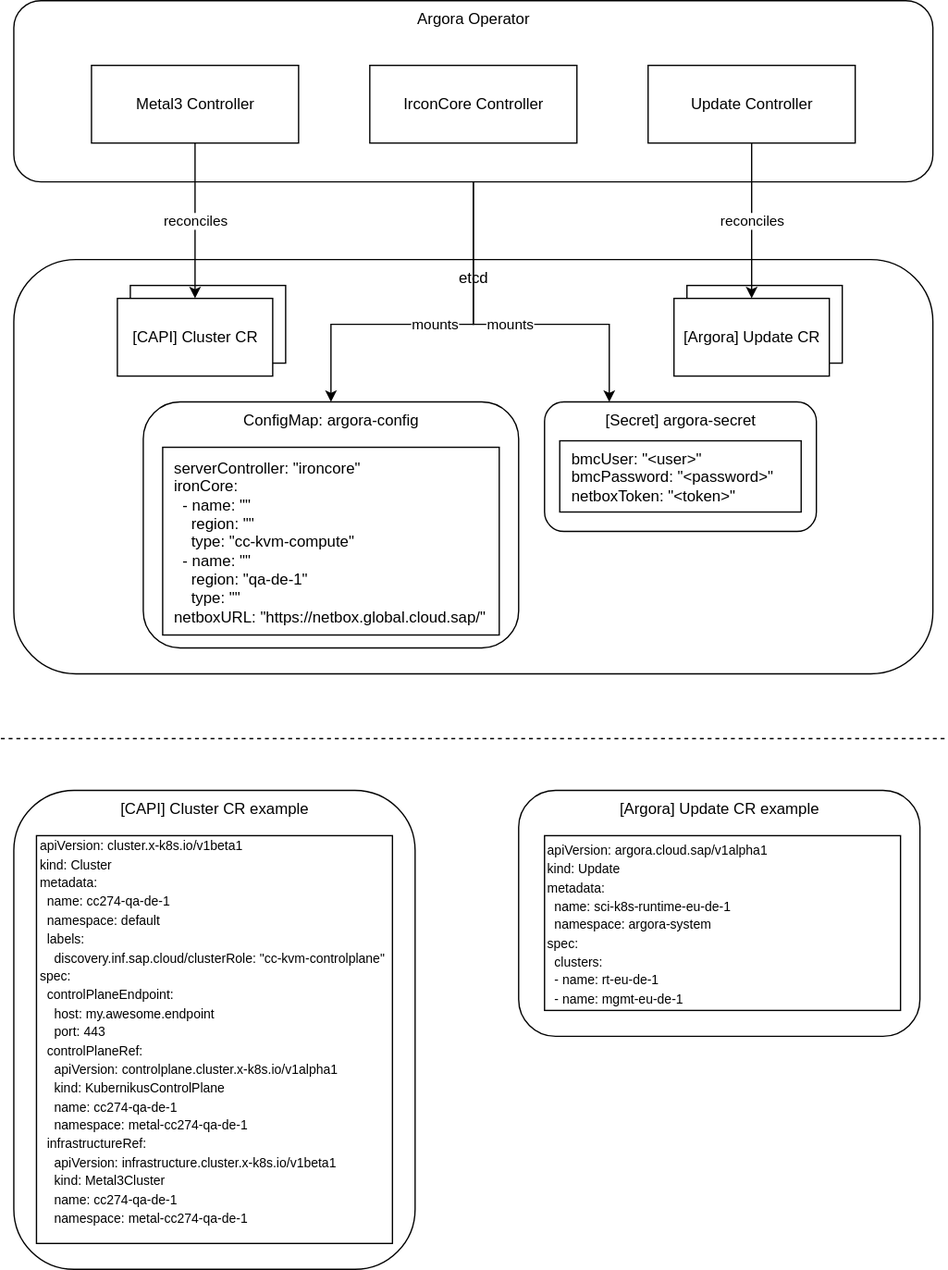
The draw.io diagram docs/architecture/argora.svg in sapcc/argora, before a commit. Source tidied: cells renumbered, new cells last; positions are measured from the earlier drawing's top-left corner, leaving out a move shared by most shapes.
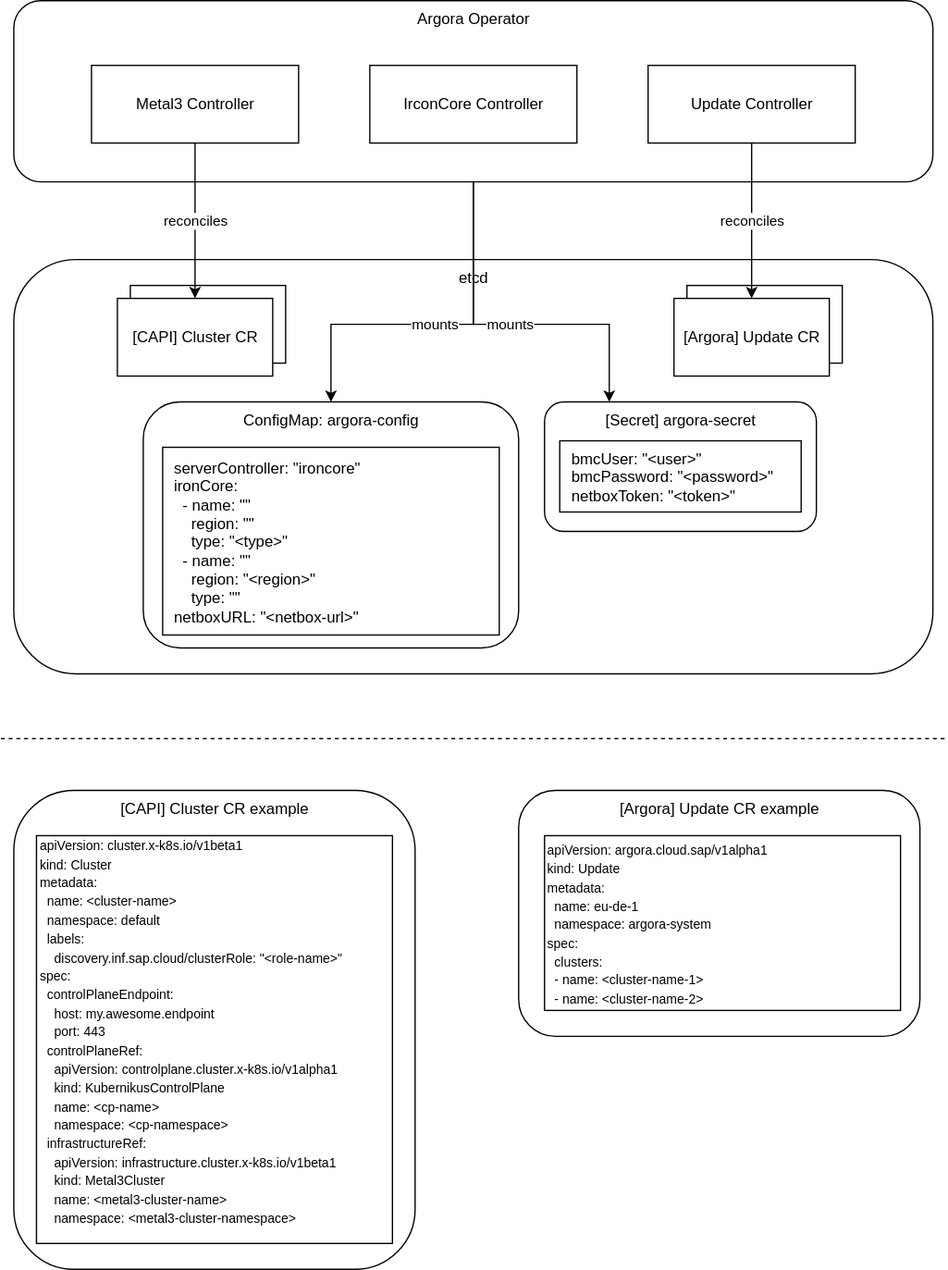
The same diagram one commit later.

Commit message:
Update svg image with more general names

The edit, as a diff of the source:
```diff
@@ -37,7 +37,7 @@
     <mxCell id="11" value="reconciles" style="edgeStyle=orthogonalEdgeStyle;rounded=0;jettySize=auto;html=1;exitX=0.5;exitY=1;exitDx=0;exitDy=0;entryX=0.5;entryY=0;entryDx=0;entryDy=0;" parent="1" edge="1" source="5" target="9">
       <mxGeometry relative="1" as="geometry" />
     </mxCell>
-    <mxCell id="12" value="&lt;div&gt;&amp;nbsp; serverController: &quot;ironcore&quot;&lt;/div&gt;&lt;div&gt;&amp;nbsp; ironCore:&lt;/div&gt;&lt;div&gt;&amp;nbsp; &amp;nbsp; - name: &quot;&quot;&lt;/div&gt;&lt;div&gt;&amp;nbsp; &amp;nbsp; &amp;nbsp; region: &quot;&quot;&lt;/div&gt;&lt;div&gt;&amp;nbsp; &amp;nbsp; &amp;nbsp; type: &quot;cc-kvm-compute&quot;&lt;/div&gt;&lt;div&gt;&amp;nbsp; &amp;nbsp; - name: &quot;&quot;&lt;/div&gt;&lt;div&gt;&amp;nbsp; &amp;nbsp; &amp;nbsp; region: &quot;qa-de-1&quot;&lt;/div&gt;&lt;div&gt;&amp;nbsp; &amp;nbsp; &amp;nbsp; type: &quot;&quot;&lt;/div&gt;&lt;div style=&quot;&quot;&gt;&amp;nbsp; netboxURL: &quot;https://netbox.global.cloud.sap/&quot;&lt;/div&gt;" style="rounded=0;whiteSpace=wrap;html=1;align=left;" parent="1" vertex="1">
+    <mxCell id="12" value="&lt;div&gt;&amp;nbsp; serverController: &quot;ironcore&quot;&lt;/div&gt;&lt;div&gt;&amp;nbsp; ironCore:&lt;/div&gt;&lt;div&gt;&amp;nbsp; &amp;nbsp; - name: &quot;&quot;&lt;/div&gt;&lt;div&gt;&amp;nbsp; &amp;nbsp; &amp;nbsp; region: &quot;&quot;&lt;/div&gt;&lt;div&gt;&amp;nbsp; &amp;nbsp; &amp;nbsp; type: &quot;&amp;lt;type&amp;gt;&quot;&lt;/div&gt;&lt;div&gt;&amp;nbsp; &amp;nbsp; - name: &quot;&quot;&lt;/div&gt;&lt;div&gt;&amp;nbsp; &amp;nbsp; &amp;nbsp; region: &quot;&amp;lt;region&amp;gt;&quot;&lt;/div&gt;&lt;div&gt;&amp;nbsp; &amp;nbsp; &amp;nbsp; type: &quot;&quot;&lt;/div&gt;&lt;div style=&quot;&quot;&gt;&amp;nbsp; netboxURL: &quot;&amp;lt;netbox-url&amp;gt;&quot;&lt;/div&gt;" style="rounded=0;whiteSpace=wrap;html=1;align=left;" parent="1" vertex="1">
       <mxGeometry x="125" y="345" width="260" height="145" as="geometry" />
     </mxCell>
     <mxCell id="13" style="rounded=0;whiteSpace=wrap;html=1;" parent="1" vertex="1">
@@ -75,13 +75,13 @@
     <mxCell id="21" value="[CAPI] Cluster CR example" style="rounded=1;whiteSpace=wrap;html=1;verticalAlign=top;" parent="1" vertex="1">
       <mxGeometry x="10" y="610" width="310" height="370" as="geometry" />
     </mxCell>
-    <mxCell id="22" value="&lt;div&gt;&lt;font style=&quot;font-size: 10px;&quot;&gt;apiVersion: cluster.x-k8s.io/v1beta1&lt;/font&gt;&lt;/div&gt;&lt;div&gt;&lt;font style=&quot;font-size: 10px;&quot;&gt;kind: Cluster&lt;/font&gt;&lt;/div&gt;&lt;div&gt;&lt;font style=&quot;font-size: 10px;&quot;&gt;metadata:&lt;/font&gt;&lt;/div&gt;&lt;div&gt;&lt;font style=&quot;font-size: 10px;&quot;&gt;&amp;nbsp; name: cc274-qa-de-1&lt;/font&gt;&lt;/div&gt;&lt;div&gt;&lt;font style=&quot;font-size: 10px;&quot;&gt;&amp;nbsp; namespace: default&lt;/font&gt;&lt;/div&gt;&lt;div&gt;&lt;font style=&quot;font-size: 10px;&quot;&gt;&amp;nbsp; labels:&lt;/font&gt;&lt;/div&gt;&lt;div&gt;&lt;font style=&quot;font-size: 10px;&quot;&gt;&amp;nbsp; &amp;nbsp; discovery.inf.sap.cloud/clusterRole: &quot;cc-kvm-controlplane&quot;&lt;/font&gt;&lt;/div&gt;&lt;div&gt;&lt;font style=&quot;font-size: 10px;&quot;&gt;spec:&lt;/font&gt;&lt;/div&gt;&lt;div&gt;&lt;font style=&quot;font-size: 10px;&quot;&gt;&amp;nbsp; controlPlaneEndpoint:&lt;/font&gt;&lt;/div&gt;&lt;div&gt;&lt;font style=&quot;font-size: 10px;&quot;&gt;&amp;nbsp; &amp;nbsp; host: my.awesome.endpoint&lt;/font&gt;&lt;/div&gt;&lt;div&gt;&lt;font style=&quot;font-size: 10px;&quot;&gt;&amp;nbsp; &amp;nbsp; port: 443&lt;/font&gt;&lt;/div&gt;&lt;div&gt;&lt;font style=&quot;font-size: 10px;&quot;&gt;&amp;nbsp; controlPlaneRef:&lt;/font&gt;&lt;/div&gt;&lt;div&gt;&lt;font style=&quot;font-size: 10px;&quot;&gt;&amp;nbsp; &amp;nbsp; apiVersion: controlplane.cluster.x-k8s.io/v1alpha1&lt;/font&gt;&lt;/div&gt;&lt;div&gt;&lt;font style=&quot;font-size: 10px;&quot;&gt;&amp;nbsp; &amp;nbsp; kind: KubernikusControlPlane&lt;/font&gt;&lt;/div&gt;&lt;div&gt;&lt;font style=&quot;font-size: 10px;&quot;&gt;&amp;nbsp; &amp;nbsp; name: cc274-qa-de-1&lt;/font&gt;&lt;/div&gt;&lt;div&gt;&lt;font style=&quot;font-size: 10px;&quot;&gt;&amp;nbsp; &amp;nbsp; namespace: metal-cc274-qa-de-1&lt;/font&gt;&lt;/div&gt;&lt;div&gt;&lt;font style=&quot;font-size: 10px;&quot;&gt;&amp;nbsp; infrastructureRef:&lt;/font&gt;&lt;/div&gt;&lt;div&gt;&lt;font style=&quot;font-size: 10px;&quot;&gt;&amp;nbsp; &amp;nbsp; apiVersion: infrastructure.cluster.x-k8s.io/v1beta1&lt;/font&gt;&lt;/div&gt;&lt;div&gt;&lt;font style=&quot;font-size: 10px;&quot;&gt;&amp;nbsp; &amp;nbsp; kind: Metal3Cluster&lt;/font&gt;&lt;/div&gt;&lt;div&gt;&lt;font style=&quot;font-size: 10px;&quot;&gt;&amp;nbsp; &amp;nbsp; name: cc274-qa-de-1&lt;/font&gt;&lt;/div&gt;&lt;div&gt;&lt;font style=&quot;font-size: 10px;&quot;&gt;&amp;nbsp; &amp;nbsp; namespace: metal-cc274-qa-de-1&lt;/font&gt;&lt;/div&gt;&lt;div&gt;&lt;br&gt;&lt;/div&gt;" style="rounded=0;whiteSpace=wrap;html=1;align=left;" parent="1" vertex="1">
+    <mxCell id="22" value="&lt;div&gt;&lt;font style=&quot;font-size: 10px;&quot;&gt;apiVersion: cluster.x-k8s.io/v1beta1&lt;/font&gt;&lt;/div&gt;&lt;div&gt;&lt;font style=&quot;font-size: 10px;&quot;&gt;kind: Cluster&lt;/font&gt;&lt;/div&gt;&lt;div&gt;&lt;font style=&quot;font-size: 10px;&quot;&gt;metadata:&lt;/font&gt;&lt;/div&gt;&lt;div&gt;&lt;font style=&quot;font-size: 10px;&quot;&gt;&amp;nbsp; name: &amp;lt;cluster-name&amp;gt;&lt;/font&gt;&lt;/div&gt;&lt;div&gt;&lt;font style=&quot;font-size: 10px;&quot;&gt;&amp;nbsp; namespace: default&lt;/font&gt;&lt;/div&gt;&lt;div&gt;&lt;font style=&quot;font-size: 10px;&quot;&gt;&amp;nbsp; labels:&lt;/font&gt;&lt;/div&gt;&lt;div&gt;&lt;font style=&quot;font-size: 10px;&quot;&gt;&amp;nbsp; &amp;nbsp; discovery.inf.sap.cloud/clusterRole: &quot;&amp;lt;role-name&amp;gt;&quot;&lt;/font&gt;&lt;/div&gt;&lt;div&gt;&lt;font style=&quot;font-size: 10px;&quot;&gt;spec:&lt;/font&gt;&lt;/div&gt;&lt;div&gt;&lt;font style=&quot;font-size: 10px;&quot;&gt;&amp;nbsp; controlPlaneEndpoint:&lt;/font&gt;&lt;/div&gt;&lt;div&gt;&lt;font style=&quot;font-size: 10px;&quot;&gt;&amp;nbsp; &amp;nbsp; host: my.awesome.endpoint&lt;/font&gt;&lt;/div&gt;&lt;div&gt;&lt;font style=&quot;font-size: 10px;&quot;&gt;&amp;nbsp; &amp;nbsp; port: 443&lt;/font&gt;&lt;/div&gt;&lt;div&gt;&lt;font style=&quot;font-size: 10px;&quot;&gt;&amp;nbsp; controlPlaneRef:&lt;/font&gt;&lt;/div&gt;&lt;div&gt;&lt;font style=&quot;font-size: 10px;&quot;&gt;&amp;nbsp; &amp;nbsp; apiVersion: controlplane.cluster.x-k8s.io/v1alpha1&lt;/font&gt;&lt;/div&gt;&lt;div&gt;&lt;font style=&quot;font-size: 10px;&quot;&gt;&amp;nbsp; &amp;nbsp; kind: KubernikusControlPlane&lt;/font&gt;&lt;/div&gt;&lt;div&gt;&lt;font style=&quot;font-size: 10px;&quot;&gt;&amp;nbsp; &amp;nbsp; name: &amp;lt;cp-name&amp;gt;&lt;/font&gt;&lt;/div&gt;&lt;div&gt;&lt;font style=&quot;font-size: 10px;&quot;&gt;&amp;nbsp; &amp;nbsp; namespace: &amp;lt;cp-namespace&amp;gt;&lt;/font&gt;&lt;/div&gt;&lt;div&gt;&lt;font style=&quot;font-size: 10px;&quot;&gt;&amp;nbsp; infrastructureRef:&lt;/font&gt;&lt;/div&gt;&lt;div&gt;&lt;font style=&quot;font-size: 10px;&quot;&gt;&amp;nbsp; &amp;nbsp; apiVersion: infrastructure.cluster.x-k8s.io/v1beta1&lt;/font&gt;&lt;/div&gt;&lt;div&gt;&lt;font style=&quot;font-size: 10px;&quot;&gt;&amp;nbsp; &amp;nbsp; kind: Metal3Cluster&lt;/font&gt;&lt;/div&gt;&lt;div&gt;&lt;font style=&quot;font-size: 10px;&quot;&gt;&amp;nbsp; &amp;nbsp; name: &amp;lt;metal3-cluster-name&amp;gt;&lt;/font&gt;&lt;/div&gt;&lt;div&gt;&lt;span style=&quot;font-size: 10px; background-color: transparent; color: light-dark(rgb(0, 0, 0), rgb(255, 255, 255));&quot;&gt;&amp;nbsp; &amp;nbsp; namespace: &amp;lt;metal3-cluster-namespace&amp;gt;&lt;/span&gt;&lt;/div&gt;&lt;div&gt;&lt;br&gt;&lt;/div&gt;" style="rounded=0;whiteSpace=wrap;html=1;align=left;" parent="1" vertex="1">
       <mxGeometry x="27.5" y="645" width="275" height="315" as="geometry" />
     </mxCell>
     <mxCell id="23" value="[Argora] Update CR example" style="rounded=1;whiteSpace=wrap;html=1;verticalAlign=top;" parent="1" vertex="1">
       <mxGeometry x="400" y="610" width="310" height="190" as="geometry" />
     </mxCell>
-    <mxCell id="24" value="&lt;div&gt;&lt;span style=&quot;font-size: 10px;&quot;&gt;apiVersion: argora.cloud.sap/v1alpha1&lt;/span&gt;&lt;/div&gt;&lt;div&gt;&lt;span style=&quot;font-size: 10px;&quot;&gt;kind: Update&lt;/span&gt;&lt;/div&gt;&lt;div&gt;&lt;span style=&quot;font-size: 10px;&quot;&gt;metadata:&lt;/span&gt;&lt;/div&gt;&lt;div&gt;&lt;span style=&quot;font-size: 10px; background-color: transparent; color: light-dark(rgb(0, 0, 0), rgb(255, 255, 255));&quot;&gt;&amp;nbsp; name: sci-k8s-runtime-eu-de-1&lt;/span&gt;&lt;/div&gt;&lt;div&gt;&lt;span style=&quot;font-size: 10px;&quot;&gt;&amp;nbsp; namespace: argora-system&lt;/span&gt;&lt;/div&gt;&lt;div&gt;&lt;span style=&quot;font-size: 10px; background-color: transparent; color: light-dark(rgb(0, 0, 0), rgb(255, 255, 255));&quot;&gt;spec:&lt;/span&gt;&lt;/div&gt;&lt;div&gt;&lt;span style=&quot;font-size: 10px;&quot;&gt;&amp;nbsp; clusters:&lt;/span&gt;&lt;/div&gt;&lt;div&gt;&lt;span style=&quot;font-size: 10px;&quot;&gt;&amp;nbsp; - name: rt-eu-de-1&lt;/span&gt;&lt;/div&gt;&lt;div&gt;&lt;span style=&quot;font-size: 10px;&quot;&gt;&amp;nbsp; - name: mgmt-eu-de-1&lt;br&gt;&lt;/span&gt;&lt;/div&gt;" style="rounded=0;whiteSpace=wrap;html=1;align=left;" parent="1" vertex="1">
+    <mxCell id="24" value="&lt;div&gt;&lt;span style=&quot;font-size: 10px;&quot;&gt;apiVersion: argora.cloud.sap/v1alpha1&lt;/span&gt;&lt;/div&gt;&lt;div&gt;&lt;span style=&quot;font-size: 10px;&quot;&gt;kind: Update&lt;/span&gt;&lt;/div&gt;&lt;div&gt;&lt;span style=&quot;font-size: 10px;&quot;&gt;metadata:&lt;/span&gt;&lt;/div&gt;&lt;div&gt;&lt;span style=&quot;font-size: 10px; background-color: transparent; color: light-dark(rgb(0, 0, 0), rgb(255, 255, 255));&quot;&gt;&amp;nbsp; name: eu-de-1&lt;/span&gt;&lt;/div&gt;&lt;div&gt;&lt;span style=&quot;font-size: 10px;&quot;&gt;&amp;nbsp; namespace: argora-system&lt;/span&gt;&lt;/div&gt;&lt;div&gt;&lt;span style=&quot;font-size: 10px; background-color: transparent; color: light-dark(rgb(0, 0, 0), rgb(255, 255, 255));&quot;&gt;spec:&lt;/span&gt;&lt;/div&gt;&lt;div&gt;&lt;span style=&quot;font-size: 10px;&quot;&gt;&amp;nbsp; clusters:&lt;/span&gt;&lt;/div&gt;&lt;div&gt;&lt;span style=&quot;font-size: 10px;&quot;&gt;&amp;nbsp; - name: &amp;lt;cluster-name-1&amp;gt;&lt;/span&gt;&lt;/div&gt;&lt;div&gt;&lt;span style=&quot;font-size: 10px;&quot;&gt;&amp;nbsp; - name:&amp;nbsp;&lt;/span&gt;&lt;span style=&quot;font-size: 10px; background-color: transparent; color: light-dark(rgb(0, 0, 0), rgb(255, 255, 255));&quot;&gt;&amp;lt;cluster-name-2&amp;gt;&lt;/span&gt;&lt;span style=&quot;font-size: 10px;&quot;&gt;&lt;br&gt;&lt;/span&gt;&lt;/div&gt;" style="rounded=0;whiteSpace=wrap;html=1;align=left;" parent="1" vertex="1">
       <mxGeometry x="420" y="645" width="275" height="135" as="geometry" />
     </mxCell>
   </root>
```
